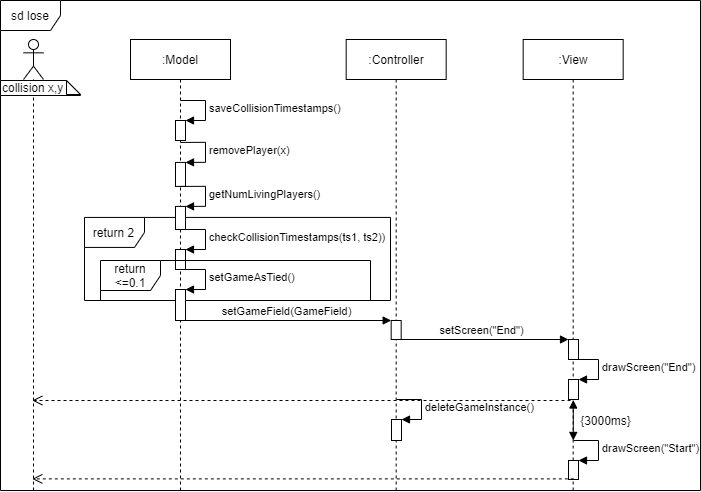
Above: Doku/images/SD_UC8Tie.png in KjellooMelloo/gameoftrons (draw.io), before the change. Source tidied: cells renumbered, new cells last; positions are measured from the earlier drawing's top-left corner, leaving out a move shared by most shapes. The source it was exported from:
```xml
<mxGraphModel>
  <root>
    <mxCell id="0" />
    <mxCell id="1" parent="0" />
    <mxCell id="2" value="sd lose" style="shape=umlFrame;whiteSpace=wrap;html=1;fillColor=#ffffff;" parent="1" vertex="1">
      <mxGeometry width="700" height="490" as="geometry" />
    </mxCell>
    <mxCell id="3" value="return 2" style="shape=umlFrame;whiteSpace=wrap;html=1;fillColor=#ffffff;" parent="1" vertex="1">
      <mxGeometry x="84" y="216.9" width="306" height="83.1" as="geometry" />
    </mxCell>
    <mxCell id="4" value=":Model" style="shape=umlLifeline;perimeter=lifelinePerimeter;whiteSpace=wrap;html=1;outlineConnect=0;" parent="1" vertex="1">
      <mxGeometry x="130" y="39" width="100" height="451" as="geometry" />
    </mxCell>
    <mxCell id="5" style="html=1;points=[];perimeter=orthogonalPerimeter;fillColor=#ffffff;" parent="4" vertex="1">
      <mxGeometry x="45" y="122.9" width="10" height="24" as="geometry" />
    </mxCell>
    <mxCell id="6" value="removePlayer(x)" style="edgeStyle=orthogonalEdgeStyle;html=1;align=left;spacingLeft=2;endArrow=block;rounded=0;entryX=1;entryY=0;" parent="4" edge="1" target="5">
      <mxGeometry relative="1" as="geometry">
        <mxPoint x="50" y="102.9" as="sourcePoint" />
        <Array as="points">
          <mxPoint x="75" y="102.9" />
        </Array>
      </mxGeometry>
    </mxCell>
    <mxCell id="7" style="html=1;points=[];perimeter=orthogonalPerimeter;fillColor=#ffffff;" parent="4" vertex="1">
      <mxGeometry x="45" y="166.9" width="10" height="23.1" as="geometry" />
    </mxCell>
    <mxCell id="8" value="getNumLivingPlayers()" style="edgeStyle=orthogonalEdgeStyle;html=1;align=left;spacingLeft=2;endArrow=block;rounded=0;entryX=1;entryY=0;" parent="4" edge="1" target="7">
      <mxGeometry relative="1" as="geometry">
        <mxPoint x="50" y="146.9" as="sourcePoint" />
        <Array as="points">
          <mxPoint x="75" y="146.9" />
        </Array>
      </mxGeometry>
    </mxCell>
    <mxCell id="9" style="html=1;points=[];perimeter=orthogonalPerimeter;" parent="4" vertex="1">
      <mxGeometry x="45" y="81" width="10" height="20" as="geometry" />
    </mxCell>
    <mxCell id="10" value="saveCollisionTimestamps()" style="edgeStyle=orthogonalEdgeStyle;html=1;align=left;spacingLeft=2;endArrow=block;rounded=0;entryX=1;entryY=0;" parent="4" edge="1" target="9">
      <mxGeometry relative="1" as="geometry">
        <mxPoint x="50" y="61" as="sourcePoint" />
        <Array as="points">
          <mxPoint x="75" y="61" />
        </Array>
      </mxGeometry>
    </mxCell>
    <mxCell id="11" style="html=1;points=[];perimeter=orthogonalPerimeter;" parent="4" vertex="1">
      <mxGeometry x="45" y="210" width="10" height="20" as="geometry" />
    </mxCell>
    <mxCell id="12" value="checkCollisionTimestamps(ts1, ts2))" style="edgeStyle=orthogonalEdgeStyle;html=1;align=left;spacingLeft=2;endArrow=block;rounded=0;entryX=1;entryY=0;" parent="4" edge="1" target="11">
      <mxGeometry relative="1" as="geometry">
        <mxPoint x="50" y="190" as="sourcePoint" />
        <Array as="points">
          <mxPoint x="75" y="190" />
        </Array>
      </mxGeometry>
    </mxCell>
    <mxCell id="13" style="shape=umlLifeline;participant=umlActor;perimeter=lifelinePerimeter;whiteSpace=wrap;html=1;verticalAlign=top;spacingTop=36;labelBackgroundColor=#ffffff;outlineConnect=0;" parent="1" vertex="1">
      <mxGeometry x="23" y="39" width="20" height="451" as="geometry" />
    </mxCell>
    <mxCell id="14" value=":Controller" style="shape=umlLifeline;perimeter=lifelinePerimeter;whiteSpace=wrap;html=1;outlineConnect=0;" parent="1" vertex="1">
      <mxGeometry x="345.7" y="39" width="100" height="451" as="geometry" />
    </mxCell>
    <mxCell id="15" style="html=1;points=[];perimeter=orthogonalPerimeter;" parent="14" vertex="1">
      <mxGeometry x="45" y="281" width="10" height="19" as="geometry" />
    </mxCell>
    <mxCell id="16" value=":View" style="shape=umlLifeline;perimeter=lifelinePerimeter;whiteSpace=wrap;html=1;outlineConnect=0;" parent="1" vertex="1">
      <mxGeometry x="522.7" y="39" width="100" height="451" as="geometry" />
    </mxCell>
    <mxCell id="17" style="html=1;points=[];perimeter=orthogonalPerimeter;" parent="16" vertex="1">
      <mxGeometry x="45.3" y="300" width="10" height="20" as="geometry" />
    </mxCell>
    <mxCell id="18" style="html=1;points=[];perimeter=orthogonalPerimeter;" parent="16" vertex="1">
      <mxGeometry x="45.3" y="340" width="10" height="20" as="geometry" />
    </mxCell>
    <mxCell id="19" value="drawScreen(&quot;End&quot;)" style="edgeStyle=orthogonalEdgeStyle;html=1;align=left;spacingLeft=2;endArrow=block;rounded=0;entryX=1;entryY=0;" parent="16" edge="1" target="18">
      <mxGeometry relative="1" as="geometry">
        <mxPoint x="50.3" y="320" as="sourcePoint" />
        <Array as="points">
          <mxPoint x="75.3" y="320" />
        </Array>
      </mxGeometry>
    </mxCell>
    <mxCell id="20" style="html=1;points=[];perimeter=orthogonalPerimeter;" parent="16" vertex="1">
      <mxGeometry x="45.3" y="421" width="10" height="19" as="geometry" />
    </mxCell>
    <mxCell id="21" value="drawScreen(&quot;Start&quot;)" style="edgeStyle=orthogonalEdgeStyle;html=1;align=left;spacingLeft=2;endArrow=block;rounded=0;entryX=1;entryY=0;" parent="16" edge="1" target="20">
      <mxGeometry relative="1" as="geometry">
        <mxPoint x="50.3" y="401" as="sourcePoint" />
        <Array as="points">
          <mxPoint x="75.3" y="401" />
        </Array>
      </mxGeometry>
    </mxCell>
    <mxCell id="22" style="endArrow=block;startArrow=block;endFill=1;startFill=1;html=1;exitX=0.478;exitY=1.025;exitDx=0;exitDy=0;exitPerimeter=0;entryX=0.501;entryY=0.889;entryDx=0;entryDy=0;entryPerimeter=0;" parent="16" edge="1" source="18" target="16">
      <mxGeometry relative="1" as="geometry" />
    </mxCell>
    <mxCell id="23" value="collision x,y" style="shape=note;whiteSpace=wrap;html=1;size=14;verticalAlign=top;align=left;spacingTop=-6;" parent="1" vertex="1">
      <mxGeometry y="80" width="80" height="15" as="geometry" />
    </mxCell>
    <mxCell id="24" value="return &amp;lt;=0.1" style="shape=umlFrame;whiteSpace=wrap;html=1;fillColor=#ffffff;" parent="1" vertex="1">
      <mxGeometry x="100" y="260" width="270" height="40" as="geometry" />
    </mxCell>
    <mxCell id="25" style="html=1;points=[];perimeter=orthogonalPerimeter;" parent="1" vertex="1">
      <mxGeometry x="175" y="289" width="10" height="31" as="geometry" />
    </mxCell>
    <mxCell id="26" value="setGameAsTied()" style="edgeStyle=orthogonalEdgeStyle;html=1;align=left;spacingLeft=2;endArrow=block;rounded=0;entryX=1;entryY=0;" parent="1" edge="1" target="25">
      <mxGeometry relative="1" as="geometry">
        <mxPoint x="180" y="269" as="sourcePoint" />
        <Array as="points">
          <mxPoint x="205" y="269" />
        </Array>
      </mxGeometry>
    </mxCell>
    <mxCell id="27" value="setGameField(GameField)" style="html=1;verticalAlign=bottom;endArrow=block;entryX=0;entryY=0;" parent="1" edge="1" source="4" target="15">
      <mxGeometry relative="1" as="geometry" />
    </mxCell>
    <mxCell id="28" value="setScreen(&quot;End&quot;)" style="html=1;verticalAlign=bottom;endArrow=block;entryX=0;entryY=0;" parent="1" edge="1" source="14" target="17">
      <mxGeometry relative="1" as="geometry" />
    </mxCell>
    <mxCell id="29" style="html=1;verticalAlign=bottom;endArrow=open;dashed=1;endSize=8;" parent="1" edge="1" target="13">
      <mxGeometry relative="1" as="geometry">
        <mxPoint x="570" y="400" as="sourcePoint" />
      </mxGeometry>
    </mxCell>
    <mxCell id="30" style="html=1;points=[];perimeter=orthogonalPerimeter;" parent="1" vertex="1">
      <mxGeometry x="391" y="419" width="10" height="21" as="geometry" />
    </mxCell>
    <mxCell id="31" value="deleteGameInstance()" style="edgeStyle=orthogonalEdgeStyle;html=1;align=left;spacingLeft=2;endArrow=block;rounded=0;entryX=1;entryY=0;" parent="1" edge="1" target="30">
      <mxGeometry relative="1" as="geometry">
        <mxPoint x="396" y="399" as="sourcePoint" />
        <Array as="points">
          <mxPoint x="421" y="399" />
        </Array>
      </mxGeometry>
    </mxCell>
    <mxCell id="32" value="{3000ms}" style="text;html=1;align=center;verticalAlign=middle;points=[];" parent="1" vertex="1">
      <mxGeometry x="570" y="410" width="70" height="20" as="geometry" />
    </mxCell>
    <mxCell id="33" style="html=1;verticalAlign=bottom;endArrow=open;dashed=1;endSize=8;exitX=0.533;exitY=0.968;exitDx=0;exitDy=0;exitPerimeter=0;" parent="1" edge="1" source="20" target="13">
      <mxGeometry relative="1" as="geometry" />
    </mxCell>
  </root>
</mxGraphModel>
```
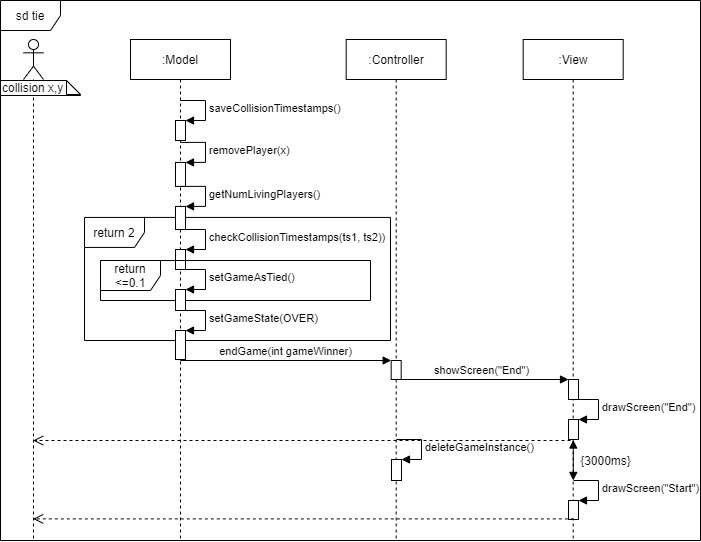
Above is the later version.

What changed in the source:
```diff
@@ -2,14 +2,14 @@
   <root>
     <mxCell id="0" />
     <mxCell id="1" parent="0" />
-    <mxCell id="2" value="sd lose" style="shape=umlFrame;whiteSpace=wrap;html=1;fillColor=#ffffff;" parent="1" vertex="1">
-      <mxGeometry width="700" height="490" as="geometry" />
+    <mxCell id="2" value="sd tie" style="shape=umlFrame;whiteSpace=wrap;html=1;fillColor=#ffffff;" parent="1" vertex="1">
+      <mxGeometry width="700" height="540" as="geometry" />
     </mxCell>
     <mxCell id="3" value="return 2" style="shape=umlFrame;whiteSpace=wrap;html=1;fillColor=#ffffff;" parent="1" vertex="1">
-      <mxGeometry x="84" y="216.9" width="306" height="83.1" as="geometry" />
+      <mxGeometry x="84" y="216.9" width="306" height="123.1" as="geometry" />
     </mxCell>
     <mxCell id="4" value=":Model" style="shape=umlLifeline;perimeter=lifelinePerimeter;whiteSpace=wrap;html=1;outlineConnect=0;" parent="1" vertex="1">
-      <mxGeometry x="130" y="39" width="100" height="451" as="geometry" />
+      <mxGeometry x="130" y="39" width="100" height="501" as="geometry" />
     </mxCell>
     <mxCell id="5" style="html=1;points=[];perimeter=orthogonalPerimeter;fillColor=#ffffff;" parent="4" vertex="1">
       <mxGeometry x="45" y="122.9" width="10" height="24" as="geometry" />
@@ -55,90 +55,110 @@
         </Array>
       </mxGeometry>
     </mxCell>
-    <mxCell id="13" style="shape=umlLifeline;participant=umlActor;perimeter=lifelinePerimeter;whiteSpace=wrap;html=1;verticalAlign=top;spacingTop=36;labelBackgroundColor=#ffffff;outlineConnect=0;" parent="1" vertex="1">
-      <mxGeometry x="23" y="39" width="20" height="451" as="geometry" />
+    <mxCell id="13" style="html=1;points=[];perimeter=orthogonalPerimeter;" parent="4" vertex="1">
+      <mxGeometry x="45" y="291" width="10" height="29" as="geometry" />
     </mxCell>
-    <mxCell id="14" value=":Controller" style="shape=umlLifeline;perimeter=lifelinePerimeter;whiteSpace=wrap;html=1;outlineConnect=0;" parent="1" vertex="1">
-      <mxGeometry x="345.7" y="39" width="100" height="451" as="geometry" />
+    <mxCell id="14" value="setGameState(OVER)" style="edgeStyle=orthogonalEdgeStyle;html=1;align=left;spacingLeft=2;endArrow=block;rounded=0;entryX=1;entryY=0;" parent="4" edge="1" target="13">
+      <mxGeometry relative="1" as="geometry">
+        <mxPoint x="50" y="271" as="sourcePoint" />
+        <Array as="points">
+          <mxPoint x="75" y="271" />
+        </Array>
+      </mxGeometry>
     </mxCell>
-    <mxCell id="15" style="html=1;points=[];perimeter=orthogonalPerimeter;" parent="14" vertex="1">
-      <mxGeometry x="45" y="281" width="10" height="19" as="geometry" />
+    <mxCell id="15" style="shape=umlLifeline;participant=umlActor;perimeter=lifelinePerimeter;whiteSpace=wrap;html=1;verticalAlign=top;spacingTop=36;labelBackgroundColor=#ffffff;outlineConnect=0;" parent="1" vertex="1">
+      <mxGeometry x="23" y="39" width="20" height="501" as="geometry" />
     </mxCell>
-    <mxCell id="16" value=":View" style="shape=umlLifeline;perimeter=lifelinePerimeter;whiteSpace=wrap;html=1;outlineConnect=0;" parent="1" vertex="1">
-      <mxGeometry x="522.7" y="39" width="100" height="451" as="geometry" />
+    <mxCell id="16" value=":Controller" style="shape=umlLifeline;perimeter=lifelinePerimeter;whiteSpace=wrap;html=1;outlineConnect=0;" parent="1" vertex="1">
+      <mxGeometry x="345.7" y="39" width="100" height="501" as="geometry" />
     </mxCell>
     <mxCell id="17" style="html=1;points=[];perimeter=orthogonalPerimeter;" parent="16" vertex="1">
-      <mxGeometry x="45.3" y="300" width="10" height="20" as="geometry" />
+      <mxGeometry x="45" y="321" width="10" height="19" as="geometry" />
     </mxCell>
-    <mxCell id="18" style="html=1;points=[];perimeter=orthogonalPerimeter;" parent="16" vertex="1">
-      <mxGeometry x="45.3" y="340" width="10" height="20" as="geometry" />
+    <mxCell id="18" value=":View" style="shape=umlLifeline;perimeter=lifelinePerimeter;whiteSpace=wrap;html=1;outlineConnect=0;" parent="1" vertex="1">
+      <mxGeometry x="522.7" y="39" width="100" height="501" as="geometry" />
     </mxCell>
-    <mxCell id="19" value="drawScreen(&quot;End&quot;)" style="edgeStyle=orthogonalEdgeStyle;html=1;align=left;spacingLeft=2;endArrow=block;rounded=0;entryX=1;entryY=0;" parent="16" edge="1" target="18">
-      <mxGeometry relative="1" as="geometry">
-        <mxPoint x="50.3" y="320" as="sourcePoint" />
-        <Array as="points">
-          <mxPoint x="75.3" y="320" />
-        </Array>
-      </mxGeometry>
+    <mxCell id="19" style="html=1;points=[];perimeter=orthogonalPerimeter;" parent="18" vertex="1">
+      <mxGeometry x="45.3" y="340" width="10" height="20" as="geometry" />
     </mxCell>
-    <mxCell id="20" style="html=1;points=[];perimeter=orthogonalPerimeter;" parent="16" vertex="1">
-      <mxGeometry x="45.3" y="421" width="10" height="19" as="geometry" />
+    <mxCell id="20" style="html=1;points=[];perimeter=orthogonalPerimeter;" parent="18" vertex="1">
+      <mxGeometry x="45.3" y="380" width="10" height="20" as="geometry" />
     </mxCell>
-    <mxCell id="21" value="drawScreen(&quot;Start&quot;)" style="edgeStyle=orthogonalEdgeStyle;html=1;align=left;spacingLeft=2;endArrow=block;rounded=0;entryX=1;entryY=0;" parent="16" edge="1" target="20">
+    <mxCell id="21" value="drawScreen(&quot;End&quot;)" style="edgeStyle=orthogonalEdgeStyle;html=1;align=left;spacingLeft=2;endArrow=block;rounded=0;entryX=1;entryY=0;" parent="18" edge="1" target="20">
       <mxGeometry relative="1" as="geometry">
-        <mxPoint x="50.3" y="401" as="sourcePoint" />
+        <mxPoint x="50.3" y="360" as="sourcePoint" />
         <Array as="points">
-          <mxPoint x="75.3" y="401" />
+          <mxPoint x="75.3" y="360" />
         </Array>
       </mxGeometry>
     </mxCell>
-    <mxCell id="22" style="endArrow=block;startArrow=block;endFill=1;startFill=1;html=1;exitX=0.478;exitY=1.025;exitDx=0;exitDy=0;exitPerimeter=0;entryX=0.501;entryY=0.889;entryDx=0;entryDy=0;entryPerimeter=0;" parent="16" edge="1" source="18" target="16">
-      <mxGeometry relative="1" as="geometry" />
+    <mxCell id="22" style="html=1;points=[];perimeter=orthogonalPerimeter;" parent="18" vertex="1">
+      <mxGeometry x="45.3" y="461" width="10" height="19" as="geometry" />
     </mxCell>
-    <mxCell id="23" value="collision x,y" style="shape=note;whiteSpace=wrap;html=1;size=14;verticalAlign=top;align=left;spacingTop=-6;" parent="1" vertex="1">
-      <mxGeometry y="80" width="80" height="15" as="geometry" />
+    <mxCell id="23" value="drawScreen(&quot;Start&quot;)" style="edgeStyle=orthogonalEdgeStyle;html=1;align=left;spacingLeft=2;endArrow=block;rounded=0;entryX=1;entryY=0;" parent="18" edge="1" target="22">
+      <mxGeometry relative="1" as="geometry">
+        <mxPoint x="50.3" y="441" as="sourcePoint" />
+        <Array as="points">
+          <mxPoint x="75.3" y="441" />
+        </Array>
+      </mxGeometry>
     </mxCell>
-    <mxCell id="24" value="return &amp;lt;=0.1" style="shape=umlFrame;whiteSpace=wrap;html=1;fillColor=#ffffff;" parent="1" vertex="1">
-      <mxGeometry x="100" y="260" width="270" height="40" as="geometry" />
+    <mxCell id="24" style="endArrow=block;startArrow=block;endFill=1;startFill=1;html=1;exitX=0.478;exitY=1.025;exitDx=0;exitDy=0;exitPerimeter=0;entryX=0.501;entryY=0.889;entryDx=0;entryDy=0;entryPerimeter=0;" parent="18" edge="1" source="20">
+      <mxGeometry relative="1" as="geometry">
+        <mxPoint x="50.1" y="440.9" as="targetPoint" />
+      </mxGeometry>
     </mxCell>
-    <mxCell id="25" style="html=1;points=[];perimeter=orthogonalPerimeter;" parent="1" vertex="1">
-      <mxGeometry x="175" y="289" width="10" height="31" as="geometry" />
+    <mxCell id="25" value="collision x,y" style="shape=note;whiteSpace=wrap;html=1;size=14;verticalAlign=top;align=left;spacingTop=-6;" parent="1" vertex="1">
+      <mxGeometry y="80" width="80" height="15" as="geometry" />
     </mxCell>
-    <mxCell id="26" value="setGameAsTied()" style="edgeStyle=orthogonalEdgeStyle;html=1;align=left;spacingLeft=2;endArrow=block;rounded=0;entryX=1;entryY=0;" parent="1" edge="1" target="25">
-      <mxGeometry relative="1" as="geometry">
-        <mxPoint x="180" y="269" as="sourcePoint" />
-        <Array as="points">
-          <mxPoint x="205" y="269" />
-        </Array>
-      </mxGeometry>
+    <mxCell id="26" value="return &amp;lt;=0.1" style="shape=umlFrame;whiteSpace=wrap;html=1;fillColor=#ffffff;" parent="1" vertex="1">
+      <mxGeometry x="100" y="260" width="270" height="40" as="geometry" />
     </mxCell>
-    <mxCell id="27" value="setGameField(GameField)" style="html=1;verticalAlign=bottom;endArrow=block;entryX=0;entryY=0;" parent="1" edge="1" source="4" target="15">
-      <mxGeometry relative="1" as="geometry" />
+    <mxCell id="27" style="html=1;points=[];perimeter=orthogonalPerimeter;" parent="1" vertex="1">
+      <mxGeometry x="175" y="289" width="10" height="21" as="geometry" />
     </mxCell>
-    <mxCell id="28" value="setScreen(&quot;End&quot;)" style="html=1;verticalAlign=bottom;endArrow=block;entryX=0;entryY=0;" parent="1" edge="1" source="14" target="17">
-      <mxGeometry relative="1" as="geometry" />
+    <mxCell id="28" value="setGameAsTied()" style="edgeStyle=orthogonalEdgeStyle;html=1;align=left;spacingLeft=2;endArrow=block;rounded=0;entryX=1;entryY=0;" parent="1" edge="1" target="27">
+      <mxGeometry relative="1" as="geometry">
+        <mxPoint x="180" y="269" as="sourcePoint" />
+        <Array as="points">
+          <mxPoint x="205" y="269" />
+        </Array>
+      </mxGeometry>
     </mxCell>
-    <mxCell id="29" style="html=1;verticalAlign=bottom;endArrow=open;dashed=1;endSize=8;" parent="1" edge="1" target="13">
+    <mxCell id="29" value="endGame(int gameWinner)" style="html=1;verticalAlign=bottom;endArrow=block;entryX=0;entryY=0;" parent="1" edge="1" target="17">
       <mxGeometry relative="1" as="geometry">
-        <mxPoint x="570" y="400" as="sourcePoint" />
+        <mxPoint x="179.7" y="360" as="sourcePoint" />
       </mxGeometry>
     </mxCell>
-    <mxCell id="30" style="html=1;points=[];perimeter=orthogonalPerimeter;" parent="1" vertex="1">
-      <mxGeometry x="391" y="419" width="10" height="21" as="geometry" />
+    <mxCell id="30" value="showScreen(&quot;End&quot;)" style="html=1;verticalAlign=bottom;endArrow=block;entryX=0;entryY=0;" parent="1" edge="1" target="19">
+      <mxGeometry relative="1" as="geometry">
+        <mxPoint x="395.3" y="379" as="sourcePoint" />
+      </mxGeometry>
     </mxCell>
-    <mxCell id="31" value="deleteGameInstance()" style="edgeStyle=orthogonalEdgeStyle;html=1;align=left;spacingLeft=2;endArrow=block;rounded=0;entryX=1;entryY=0;" parent="1" edge="1" target="30">
+    <mxCell id="31" style="html=1;verticalAlign=bottom;endArrow=open;dashed=1;endSize=8;" parent="1" edge="1">
       <mxGeometry relative="1" as="geometry">
-        <mxPoint x="396" y="399" as="sourcePoint" />
-        <Array as="points">
-          <mxPoint x="421" y="399" />
-        </Array>
+        <mxPoint x="570" y="440" as="sourcePoint" />
+        <mxPoint x="32.7" y="440" as="targetPoint" />
       </mxGeometry>
     </mxCell>
-    <mxCell id="32" value="{3000ms}" style="text;html=1;align=center;verticalAlign=middle;points=[];" parent="1" vertex="1">
-      <mxGeometry x="570" y="410" width="70" height="20" as="geometry" />
+    <mxCell id="32" style="html=1;points=[];perimeter=orthogonalPerimeter;" parent="1" vertex="1">
+      <mxGeometry x="391" y="459" width="10" height="21" as="geometry" />
     </mxCell>
-    <mxCell id="33" style="html=1;verticalAlign=bottom;endArrow=open;dashed=1;endSize=8;exitX=0.533;exitY=0.968;exitDx=0;exitDy=0;exitPerimeter=0;" parent="1" edge="1" source="20" target="13">
-      <mxGeometry relative="1" as="geometry" />
+    <mxCell id="33" value="deleteGameInstance()" style="edgeStyle=orthogonalEdgeStyle;html=1;align=left;spacingLeft=2;endArrow=block;rounded=0;entryX=1;entryY=0;" parent="1" edge="1" target="32">
+      <mxGeometry relative="1" as="geometry">
+        <mxPoint x="396" y="439" as="sourcePoint" />
+        <Array as="points">
+          <mxPoint x="421" y="439" />
+        </Array>
+      </mxGeometry>
     </mxCell>
+    <mxCell id="34" value="{3000ms}" style="text;html=1;align=center;verticalAlign=middle;" parent="1" vertex="1">
+      <mxGeometry x="570" y="450" width="70" height="20" as="geometry" />
+    </mxCell>
+    <mxCell id="35" style="html=1;verticalAlign=bottom;endArrow=open;dashed=1;endSize=8;exitX=0.533;exitY=0.968;exitDx=0;exitDy=0;exitPerimeter=0;" parent="1" edge="1" source="22">
+      <mxGeometry relative="1" as="geometry">
+        <mxPoint x="32.7" y="518.4" as="targetPoint" />
+      </mxGeometry>
+    </mxCell>
   </root>
 </mxGraphModel>
```
